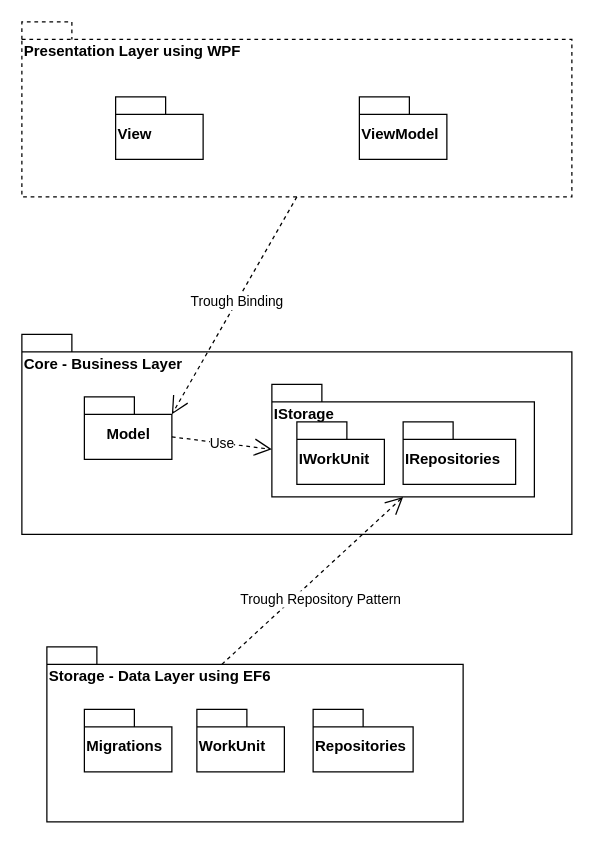
This is PackageModel.drawio from Technus/ItemDB, a draw.io file, before an edit. Source tidied: cells renumbered, new cells numbered last; positions are measured from the earlier drawing's top-left corner, leaving out a move shared by most shapes. Both pictures are drawn from the tidied source at 125%, with x=0, y=0 at pixel (21, 21).
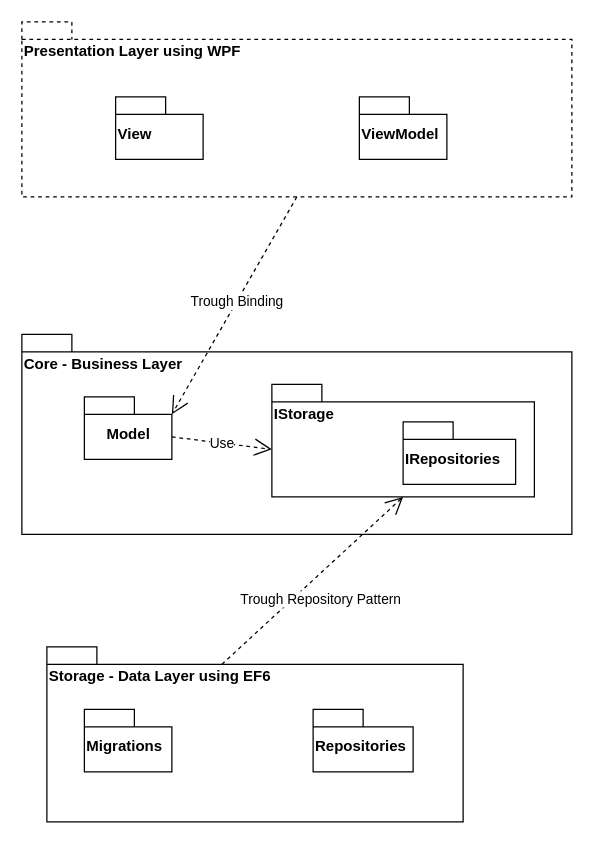
Above is the later version.

Commit message:
Update Package Model

Change to the diagram source:
```diff
@@
 <mxGraphModel>
   <root>
     <mxCell id="0" />
     <mxCell id="1" parent="0" />
     <mxCell id="2" value="Core - Business Layer" style="shape=folder;fontStyle=1;spacingTop=10;tabWidth=40;tabHeight=14;tabPosition=left;html=1;align=left;verticalAlign=top;" parent="1" vertex="1">
       <mxGeometry y="250" width="440" height="160" as="geometry" />
     </mxCell>
     <mxCell id="3" value="Model" style="shape=folder;fontStyle=1;spacingTop=10;tabWidth=40;tabHeight=14;tabPosition=left;html=1;" parent="1" vertex="1">
       <mxGeometry x="50" y="300" width="70" height="50" as="geometry" />
     </mxCell>
     <mxCell id="4" value="IStorage" style="shape=folder;fontStyle=1;spacingTop=10;tabWidth=40;tabHeight=14;tabPosition=left;html=1;align=left;verticalAlign=top;" parent="1" vertex="1">
       <mxGeometry x="200" y="290" width="210" height="90" as="geometry" />
     </mxCell>
     <mxCell id="5" value="IRepositories" style="shape=folder;fontStyle=1;spacingTop=10;tabWidth=40;tabHeight=14;tabPosition=left;html=1;align=left;" parent="1" vertex="1">
       <mxGeometry x="305" y="320" width="90" height="50" as="geometry" />
     </mxCell>
     <mxCell id="6" value="Storage - Data Layer using EF6" style="shape=folder;fontStyle=1;spacingTop=10;tabWidth=40;tabHeight=14;tabPosition=left;html=1;align=left;verticalAlign=top;" parent="1" vertex="1">
       <mxGeometry x="20" y="500" width="333" height="140" as="geometry" />
     </mxCell>
     <mxCell id="7" value="Migrations" style="shape=folder;fontStyle=1;spacingTop=10;tabWidth=40;tabHeight=14;tabPosition=left;html=1;align=left;" parent="1" vertex="1">
       <mxGeometry x="50" y="550" width="70" height="50" as="geometry" />
     </mxCell>
     <mxCell id="8" value="Repositories" style="shape=folder;fontStyle=1;spacingTop=10;tabWidth=40;tabHeight=14;tabPosition=left;html=1;align=left;" parent="1" vertex="1">
       <mxGeometry x="233" y="550" width="80" height="50" as="geometry" />
     </mxCell>
     <mxCell id="9" value="Presentation Layer using WPF" style="shape=folder;fontStyle=1;spacingTop=10;tabWidth=40;tabHeight=14;tabPosition=left;html=1;align=left;verticalAlign=top;dashed=1;" parent="1" vertex="1">
       <mxGeometry width="440" height="140" as="geometry" />
     </mxCell>
     <mxCell id="10" value="View" style="shape=folder;fontStyle=1;spacingTop=10;tabWidth=40;tabHeight=14;tabPosition=left;html=1;align=left;" parent="1" vertex="1">
       <mxGeometry x="75" y="60" width="70" height="50" as="geometry" />
     </mxCell>
     <mxCell id="11" value="ViewModel" style="shape=folder;fontStyle=1;spacingTop=10;tabWidth=40;tabHeight=14;tabPosition=left;html=1;align=left;" parent="1" vertex="1">
       <mxGeometry x="270" y="60" width="70" height="50" as="geometry" />
     </mxCell>
     <mxCell id="12" value="Trough Binding" style="endArrow=open;endSize=12;dashed=1;html=1;exitX=0.5;exitY=1;exitDx=0;exitDy=0;exitPerimeter=0;entryX=0;entryY=0;entryDx=70;entryDy=14;entryPerimeter=0;" parent="1" edge="1" source="9" target="3">
       <mxGeometry x="-0.03" relative="1" as="geometry" />
     </mxCell>
     <mxCell id="13" value="Trough Repository Pattern" style="endArrow=open;endSize=12;dashed=1;html=1;exitX=0;exitY=0;exitDx=140;exitDy=14;exitPerimeter=0;entryX=0.5;entryY=1;entryDx=0;entryDy=0;entryPerimeter=0;" parent="1" edge="1" source="6" target="4">
       <mxGeometry x="-0.06" y="-16" relative="1" as="geometry">
         <mxPoint y="-1" as="offset" />
       </mxGeometry>
     </mxCell>
     <mxCell id="14" value="Use" style="endArrow=open;endSize=12;dashed=1;html=1;exitX=0;exitY=0;exitDx=70;exitDy=32;exitPerimeter=0;entryX=0;entryY=0;entryDx=0;entryDy=52;entryPerimeter=0;" parent="1" edge="1" source="3" target="4">
       <mxGeometry relative="1" as="geometry" />
     </mxCell>
-    <mxCell id="15" value="IWorkUnit" style="shape=folder;fontStyle=1;spacingTop=10;tabWidth=40;tabHeight=14;tabPosition=left;html=1;align=left;" parent="1" vertex="1">
-      <mxGeometry x="220" y="320" width="70" height="50" as="geometry" />
-    </mxCell>
-    <mxCell id="16" value="WorkUnit" style="shape=folder;fontStyle=1;spacingTop=10;tabWidth=40;tabHeight=14;tabPosition=left;html=1;align=left;" parent="1" vertex="1">
-      <mxGeometry x="140" y="550" width="70" height="50" as="geometry" />
-    </mxCell>
   </root>
 </mxGraphModel>
```
